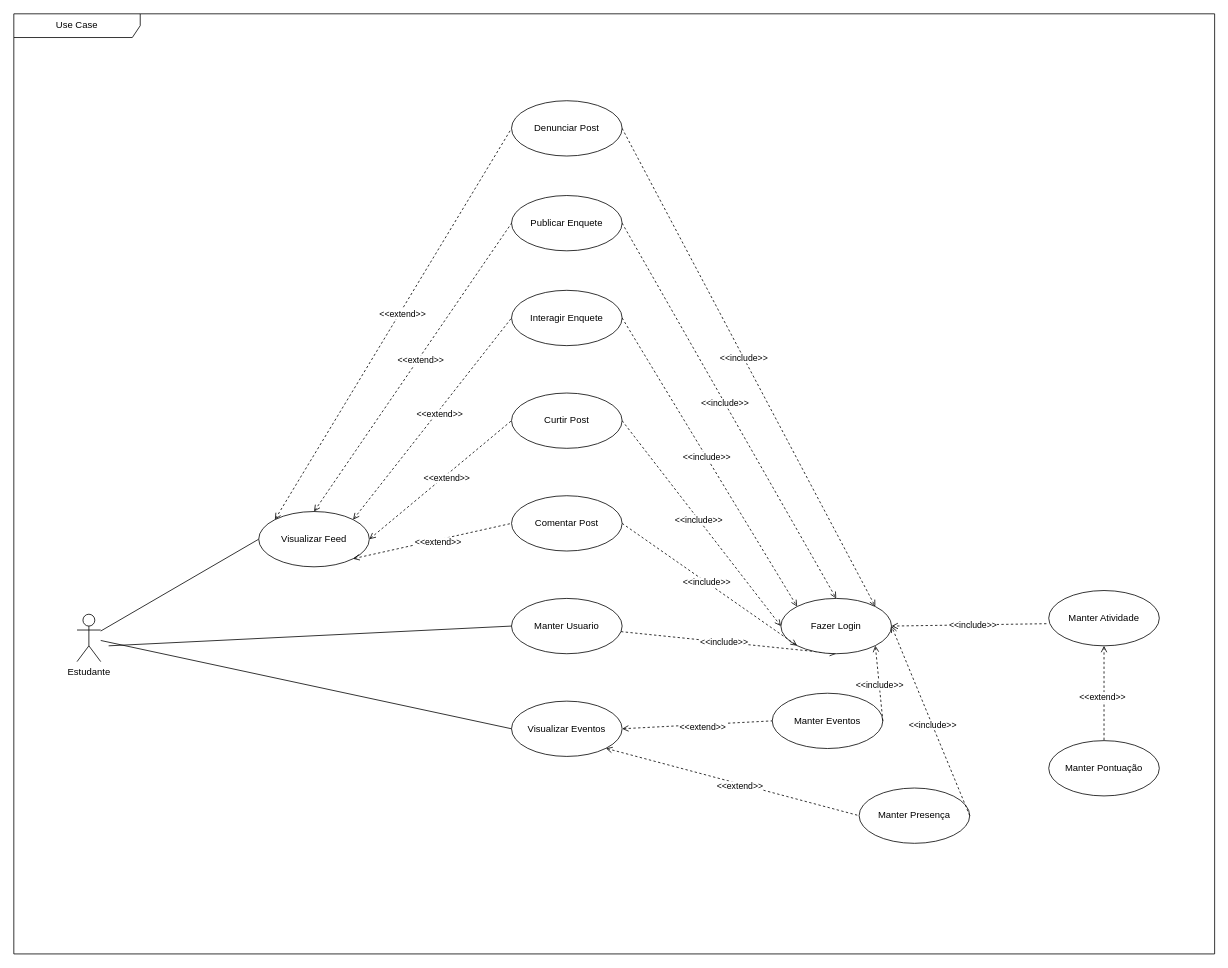
The draw.io diagram Draw.io/casos_de_uso_mobile.drawio in Organization-Meets/Meets_Docs, before the edit. Source tidied: cells renumbered, new cells numbered last; positions are measured from the earlier drawing's top-left corner, leaving out a move shared by most shapes. Both pictures are drawn from the tidied source at 79%, with x=0, y=0 at pixel (13, 13).
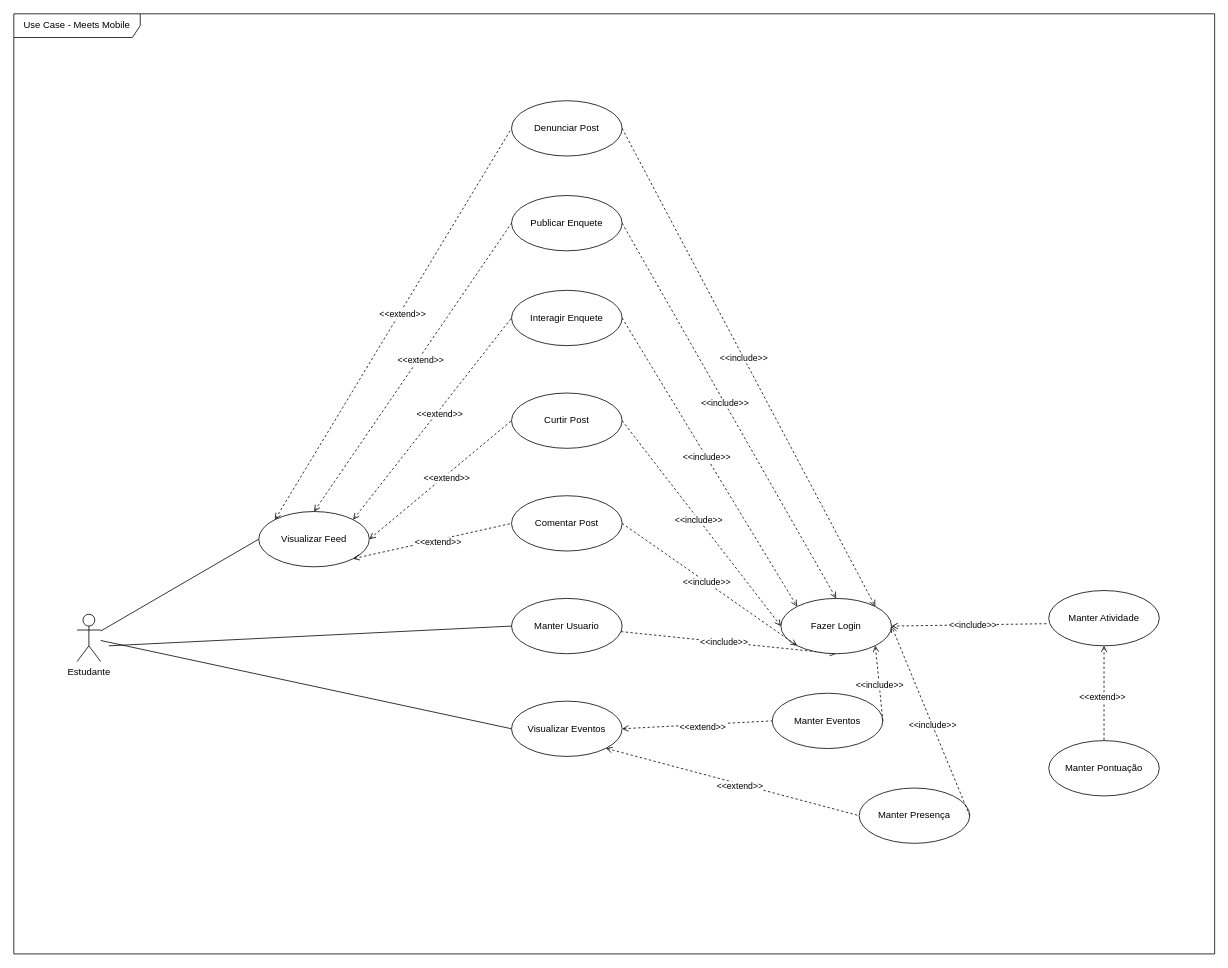
The same page after the edit.

What changed in the source:
```diff
@@
-    <mxCell id="2" value="Use Case" style="shape=umlFrame;whiteSpace=wrap;html=1;width=160;" parent="1" vertex="1">
+    <mxCell id="2" value="Use Case - Meets Mobile" style="shape=umlFrame;whiteSpace=wrap;html=1;width=160;" parent="1" vertex="1">
       <mxGeometry width="1520" height="1190" as="geometry" />
     </mxCell>
```
